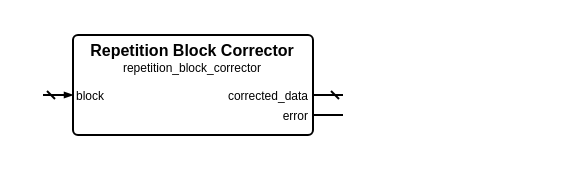
Louis-DR/OmniCores-BuildingBlocks keeps this draw.io diagram as sources/error_control/repetition/repetition_block_corrector.symbol.drawio. Above is the earlier version. Source tidied: cells renumbered, new cells numbered last; positions are measured from the earlier drawing's top-left corner, leaving out a move shared by most shapes. Both pictures are drawn from the tidied source at 200%, with x=0, y=0 at pixel (42, 34).
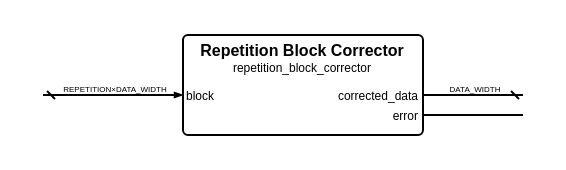
The same diagram, later.

Diff of the diagram source:
```diff
@@
 <mxGraphModel>
   <root>
     <mxCell id="0" />
     <mxCell id="1" parent="0" />
     <mxCell id="2" style="group;" parent="1" vertex="1">
-      <mxGeometry width="150" height="50" as="geometry" />
+      <mxGeometry width="240" height="50" as="geometry" />
     </mxCell>
     <mxCell id="3" style="rounded=1;arcSize=5;fillColor=none;strokeWidth=1;strokeColor=black;whiteSpace=wrap;html=1;" parent="2" vertex="1">
-      <mxGeometry x="15" width="120" height="50" as="geometry" />
+      <mxGeometry x="70" width="120" height="50" as="geometry" />
     </mxCell>
     <mxCell id="4" value="Repetition Block Corrector" style="text;html=1;align=center;verticalAlign=middle;whiteSpace=wrap;rounded=0;fontSize=8;fontStyle=1;fontColor=black;" parent="2" vertex="1">
-      <mxGeometry x="15" y="7" width="120" as="geometry" />
+      <mxGeometry x="70" y="7" width="120" as="geometry" />
     </mxCell>
     <mxCell id="5" value="repetition_block_corrector" style="text;html=1;align=center;verticalAlign=middle;whiteSpace=wrap;rounded=0;fontSize=6;fontStyle=0;fontColor=black;" parent="2" vertex="1">
-      <mxGeometry x="15" y="16" width="120" as="geometry" />
+      <mxGeometry x="70" y="16" width="120" as="geometry" />
     </mxCell>
     <mxCell id="6" value="block" style="text;html=1;align=left;verticalAlign=middle;whiteSpace=wrap;rounded=0;fontSize=6;fontStyle=0;fontColor=black;" parent="2" vertex="1">
-      <mxGeometry x="15" y="30" width="120" as="geometry" />
+      <mxGeometry x="70" y="30" width="120" as="geometry" />
     </mxCell>
     <mxCell id="7" style="html=1;rounded=1;strokeWidth=1;strokeColor=black;startFill=0;startSize=2;startArrow=dash;endFill=1;endSize=2;endArrow=blockThin;sourcePerimeterSpacing=0;" parent="2" edge="1">
       <mxGeometry relative="1" as="geometry">
         <mxPoint y="30" as="sourcePoint" />
-        <mxPoint x="15" y="30" as="targetPoint" />
+        <mxPoint x="70" y="30" as="targetPoint" />
       </mxGeometry>
     </mxCell>
+    <mxCell id="12" value="REPETITION×DATA_WIDTH" style="text;html=1;align=center;verticalAlign=middle;whiteSpace=nowrap;rounded=0;fontSize=4;fontStyle=0;fontColor=black;" parent="2" vertex="1">
+      <mxGeometry x="35" y="27" as="geometry" />
+    </mxCell>
     <mxCell id="8" value="corrected_data" style="text;html=1;align=right;verticalAlign=middle;whiteSpace=wrap;rounded=0;fontSize=6;fontStyle=0;fontColor=black;" parent="2" vertex="1">
-      <mxGeometry x="15" y="30" width="120" as="geometry" />
+      <mxGeometry x="70" y="30" width="120" as="geometry" />
     </mxCell>
     <mxCell id="9" style="html=1;rounded=1;strokeWidth=1;strokeColor=black;startFill=0;startSize=2;startArrow=dash;endFill=1;endSize=2;endArrow=none;sourcePerimeterSpacing=0;" parent="2" edge="1">
       <mxGeometry relative="1" as="geometry">
-        <mxPoint x="150" y="30" as="sourcePoint" />
-        <mxPoint x="135" y="30" as="targetPoint" />
+        <mxPoint x="240" y="30" as="sourcePoint" />
+        <mxPoint x="190" y="30" as="targetPoint" />
       </mxGeometry>
     </mxCell>
+    <mxCell id="13" value="DATA_WIDTH" style="text;html=1;align=center;verticalAlign=middle;whiteSpace=nowrap;rounded=0;fontSize=4;fontStyle=0;fontColor=black;" parent="2" vertex="1">
+      <mxGeometry x="215" y="27" as="geometry" />
+    </mxCell>
     <mxCell id="10" value="error" style="text;html=1;align=right;verticalAlign=middle;whiteSpace=wrap;rounded=0;fontSize=6;fontStyle=0;fontColor=black;" parent="2" vertex="1">
-      <mxGeometry x="15" y="40" width="120" as="geometry" />
+      <mxGeometry x="70" y="40" width="120" as="geometry" />
     </mxCell>
     <mxCell id="11" style="html=1;rounded=1;strokeWidth=1;strokeColor=black;startFill=0;startSize=2;startArrow=none;endFill=1;endSize=2;endArrow=none;sourcePerimeterSpacing=0;" parent="2" edge="1">
       <mxGeometry relative="1" as="geometry">
-        <mxPoint x="150" y="40" as="sourcePoint" />
-        <mxPoint x="135" y="40" as="targetPoint" />
+        <mxPoint x="240" y="40" as="sourcePoint" />
+        <mxPoint x="190" y="40" as="targetPoint" />
       </mxGeometry>
     </mxCell>
   </root>
 </mxGraphModel>
```
